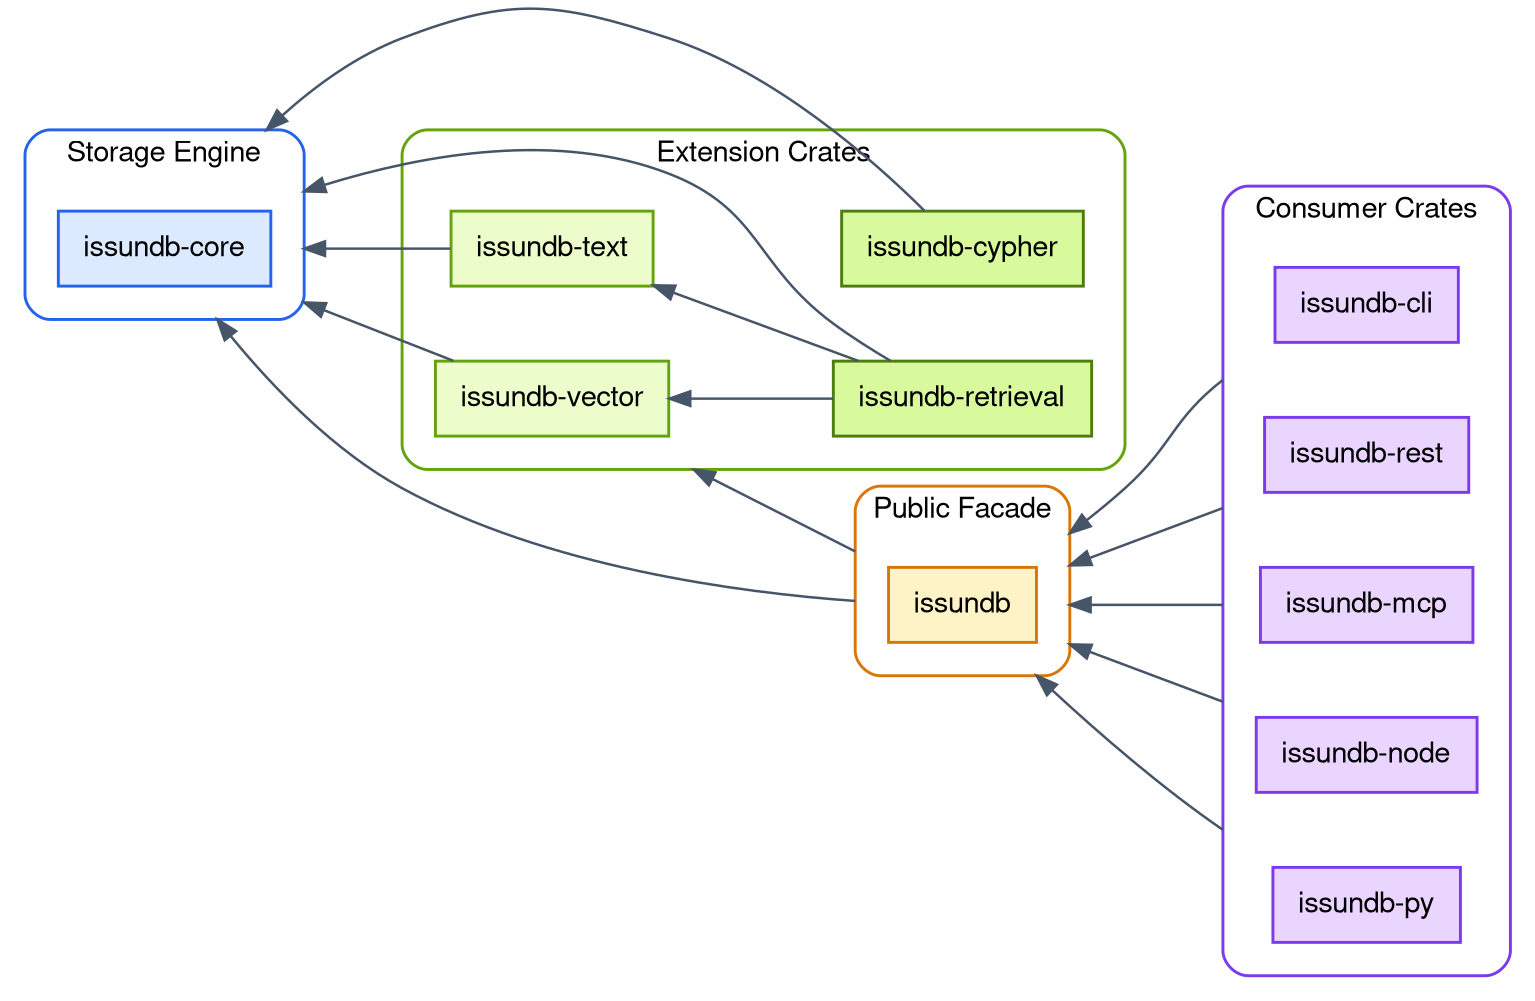
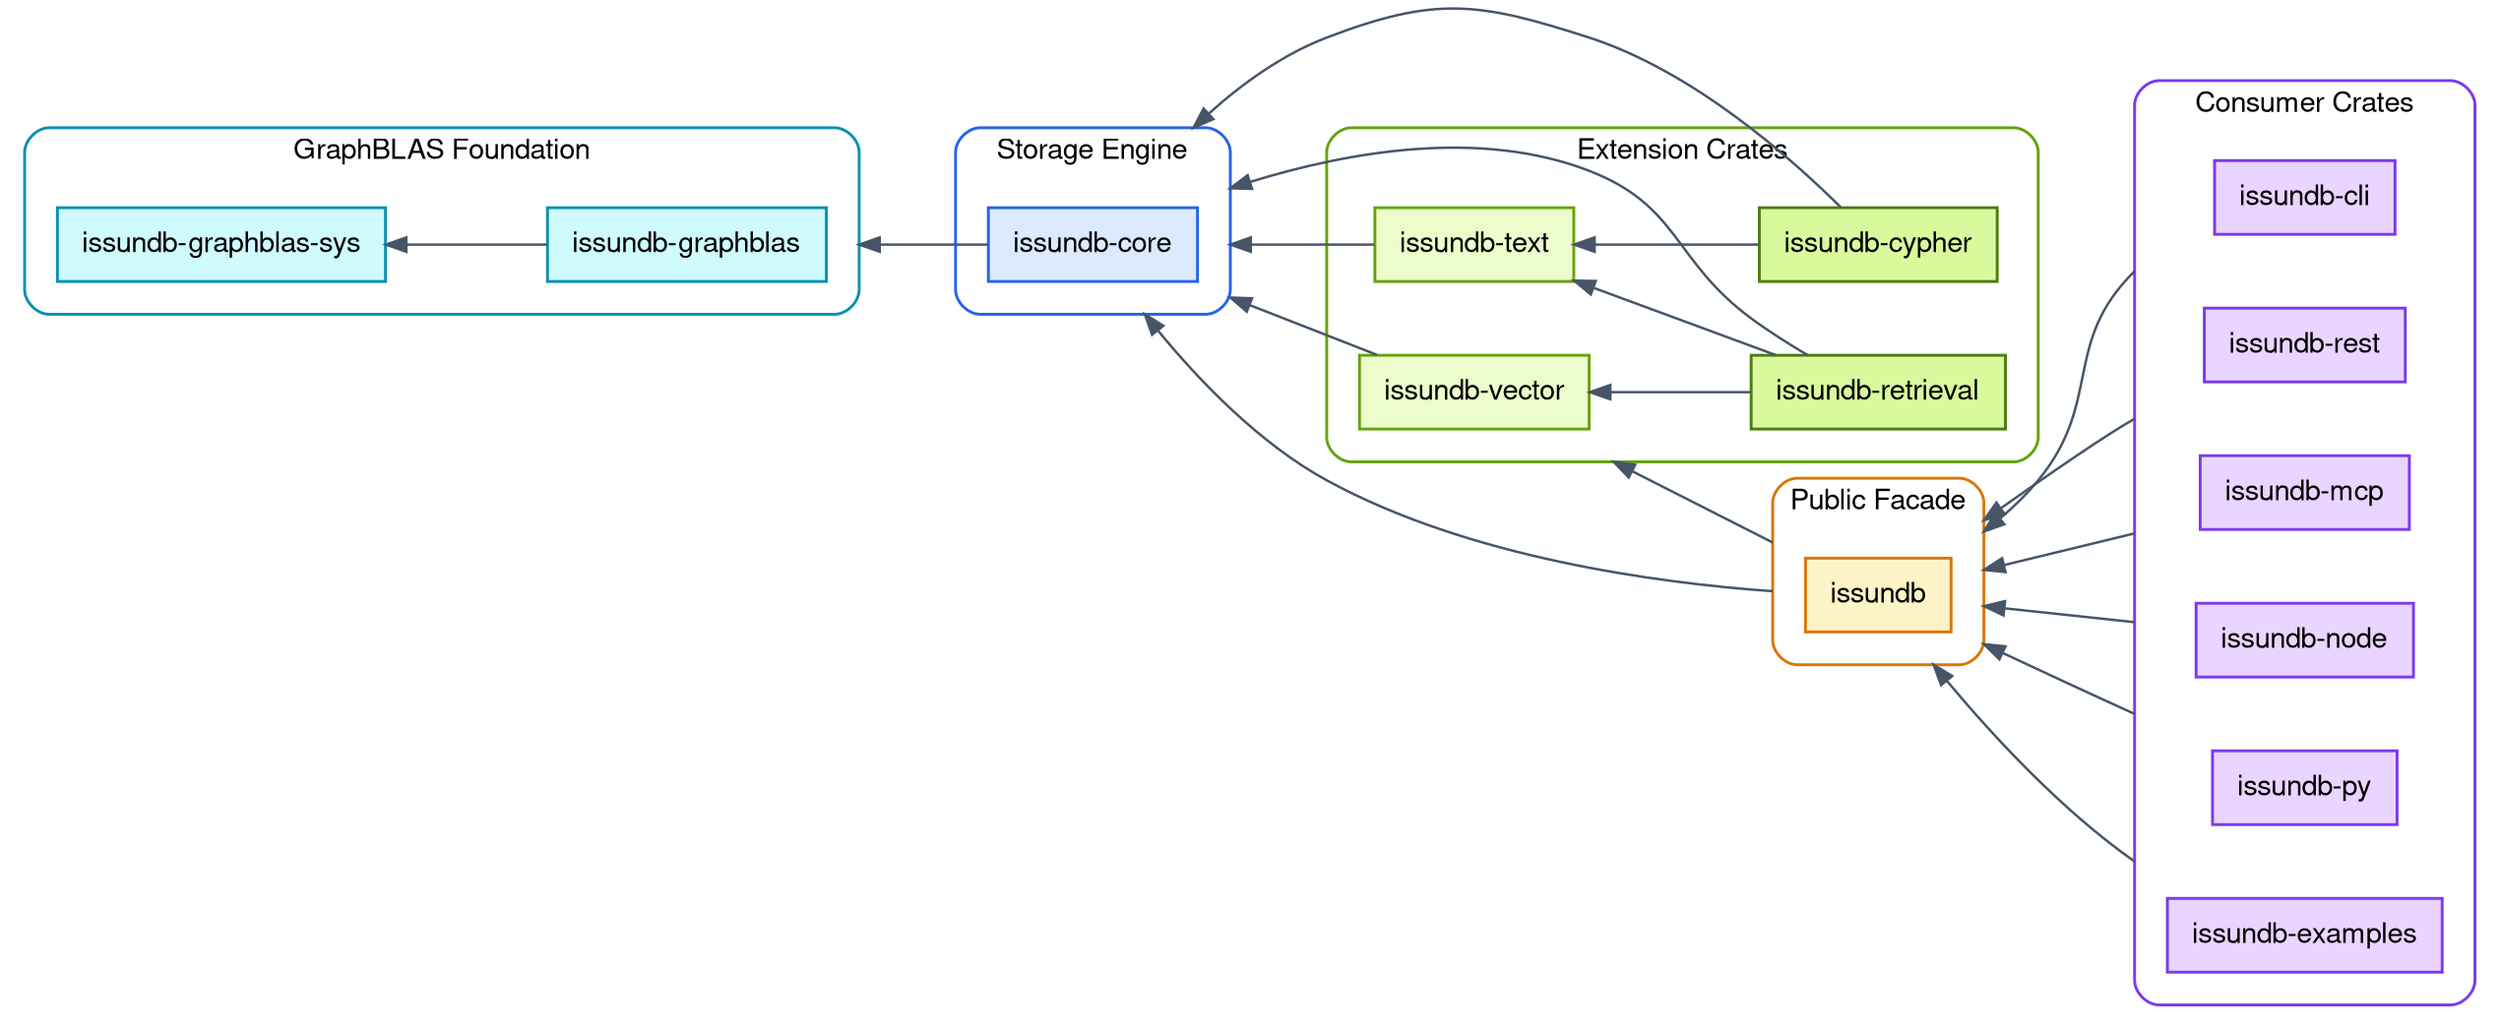
digraph IssunDBArchitecture {
    fontname = "Helvetica,Arial,sans-serif"
    layout = dot
    rankdir = RL
    ranksep = 1.1
    nodesep = 0.5
    splines = true
    bgcolor = "white"
    compound = true

    node [
    fontname = "Helvetica,Arial,sans-serif",
    shape = rect,
    style = "filled",
    color = "#475569",
    fillcolor = "white",
    penwidth = 1.4,
    margin = "0.16,0.10"
    ]

    edge [
    fontname = "Helvetica,Arial,sans-serif",
    fontsize = 10,
    color = "#475569",
    fontcolor = "#475569",
    penwidth = 1.2
    ]
+ 
+     // ---------------------------------------------------------------
+  // GraphBLAS foundation: raw FFI and safe wrapper.
+  // ---------------------------------------------------------------
+     subgraph cluster_graphblas {
+     label = "GraphBLAS Foundation"
+     fontname = "Helvetica,Arial,sans-serif"
+     fontsize = 14
+     style = "rounded"
+     color = "#0891B2"
+     penwidth = 1.4
+     margin = 16
+ 
+     graphblas_sys [label = "issundb-graphblas-sys", fillcolor = "#CFFAFE", color = "#0891B2"]
+     graphblas [label = "issundb-graphblas", fillcolor = "#CFFAFE", color = "#0891B2"]
+     }

    // ---------------------------------------------------------------
 // Storage engine: the foundation crate.
 // ---------------------------------------------------------------
    subgraph cluster_core {
    label = "Storage Engine"
    fontname = "Helvetica,Arial,sans-serif"
    fontsize = 14
    style = "rounded"
    color = "#2563EB"
    penwidth = 1.4
    margin = 16

    core [label = "issundb-core", fillcolor = "#DBEAFE", color = "#2563EB"]
    }

    // ---------------------------------------------------------------
 // Extension crates: depend on core, never on each other upward.
 // ---------------------------------------------------------------
    subgraph cluster_ext {
    label = "Extension Crates"
    fontname = "Helvetica,Arial,sans-serif"
    fontsize = 14
    style = "rounded"
    color = "#65A30D"
    penwidth = 1.4
    margin = 16

    vector [label = "issundb-vector", fillcolor = "#ECFCCB", color = "#65A30D"]
    text [label = "issundb-text", fillcolor = "#ECFCCB", color = "#65A30D"]
    retrieval [label = "issundb-retrieval", fillcolor = "#D9F99D", color = "#4D7C0F"]
    cypher [label = "issundb-cypher", fillcolor = "#D9F99D", color = "#4D7C0F"]
    }

    // ---------------------------------------------------------------
 // Public facade.
 // ---------------------------------------------------------------
    subgraph cluster_facade {
    label = "Public Facade"
    fontname = "Helvetica,Arial,sans-serif"
    fontsize = 14
    style = "rounded"
    color = "#D97706"
    penwidth = 1.4
    margin = 16

    facade [label = "issundb", fillcolor = "#FEF3C7", color = "#D97706"]
    }

    // ---------------------------------------------------------------
 // Consumers: bindings, servers, tools. Facade-only.
 // ---------------------------------------------------------------
    subgraph cluster_consumers {
    label = "Consumer Crates"
    fontname = "Helvetica,Arial,sans-serif"
    fontsize = 14
    style = "rounded"
    color = "#7C3AED"
    penwidth = 1.4
    margin = 16

    cli [label = "issundb-cli", fillcolor = "#E9D5FF", color = "#7C3AED"]
    rest [label = "issundb-rest", fillcolor = "#E9D5FF", color = "#7C3AED"]
    mcp [label = "issundb-mcp", fillcolor = "#E9D5FF", color = "#7C3AED"]
    node_bind [label = "issundb-node", fillcolor = "#E9D5FF", color = "#7C3AED"]
    py_bind [label = "issundb-py", fillcolor = "#E9D5FF", color = "#7C3AED"]
+     examples [label = "issundb-examples", fillcolor = "#E9D5FF", color = "#7C3AED"]
    }

    // ---------------------------------------------------------------
 // Dependency edges (point from dependent to dependency).
 // lhead/ltail clip the edge at the cluster border (compound = true)
 // so arrows attach to the enclosing cluster, not the inner box.
 // ---------------------------------------------------------------
+ 
+     // GraphBLAS internal edge.
+     graphblas -> graphblas_sys
+ 
+     // Core depends on the safe GraphBLAS wrapper.
+     core -> graphblas [lhead = cluster_graphblas]
+ 
+     // Extension crates depend on core.
    vector -> core [lhead = cluster_core]
    text -> core [lhead = cluster_core]
    retrieval -> core [lhead = cluster_core]
    retrieval -> vector
    retrieval -> text
    cypher -> core [lhead = cluster_core]
+     cypher -> text

+     // Facade composes the extensions and core.
    facade -> core [ltail = cluster_facade, lhead = cluster_core]
    facade -> vector [ltail = cluster_facade, lhead = cluster_ext]

+     // Consumers depend only on the facade.
    cli -> facade [ltail = cluster_consumers, lhead = cluster_facade]
    rest -> facade [ltail = cluster_consumers, lhead = cluster_facade]
    mcp -> facade [ltail = cluster_consumers, lhead = cluster_facade]
    node_bind -> facade [ltail = cluster_consumers, lhead = cluster_facade]
    py_bind -> facade [ltail = cluster_consumers, lhead = cluster_facade]
+     examples -> facade [ltail = cluster_consumers, lhead = cluster_facade]
}
